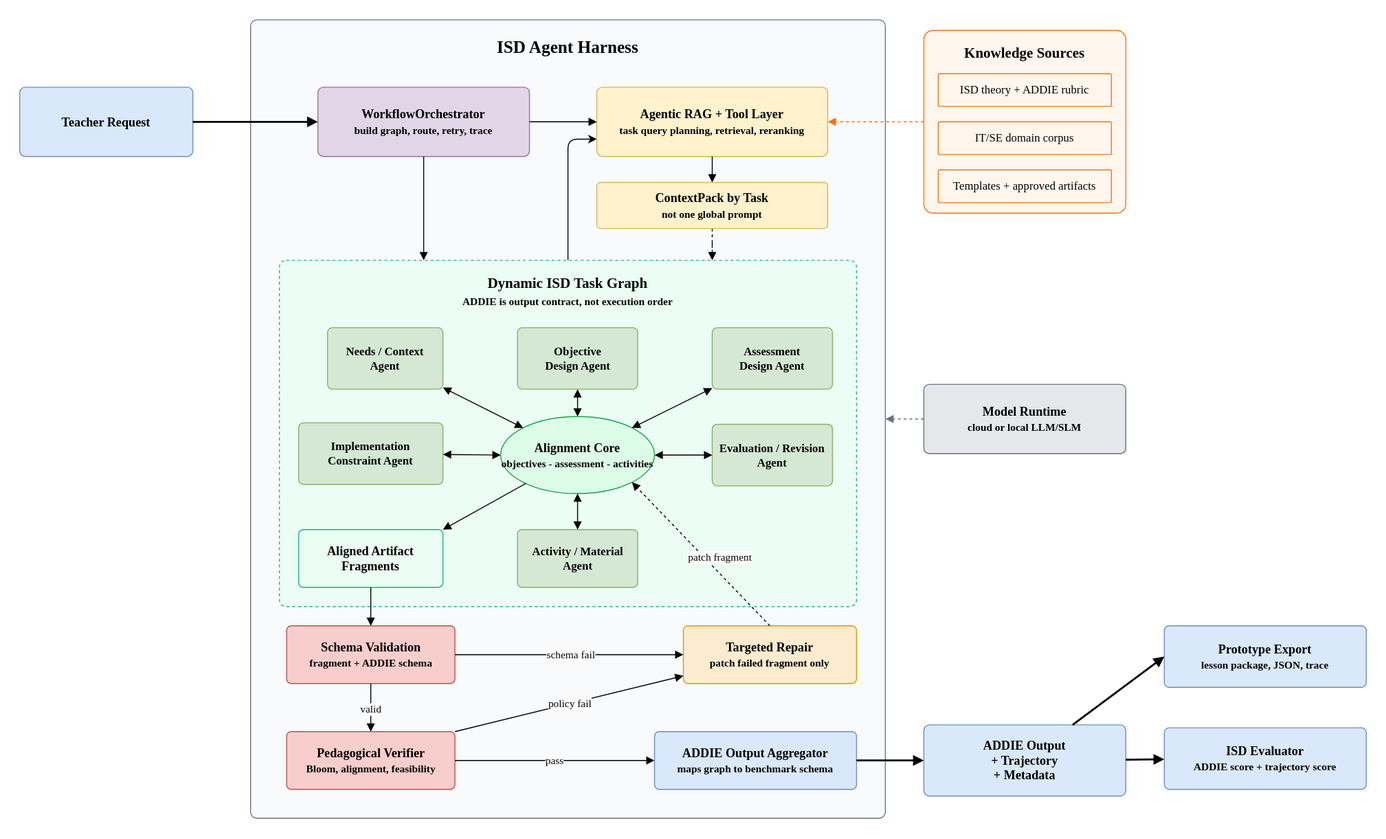
This is docs/assets/arch.svg from phuongbv00/alignmentgraph-isd, a draw.io export, as it was before one commit. Source tidied: cells renumbered, new cells last; positions are measured from the earlier drawing's top-left corner, leaving out a move shared by most shapes.
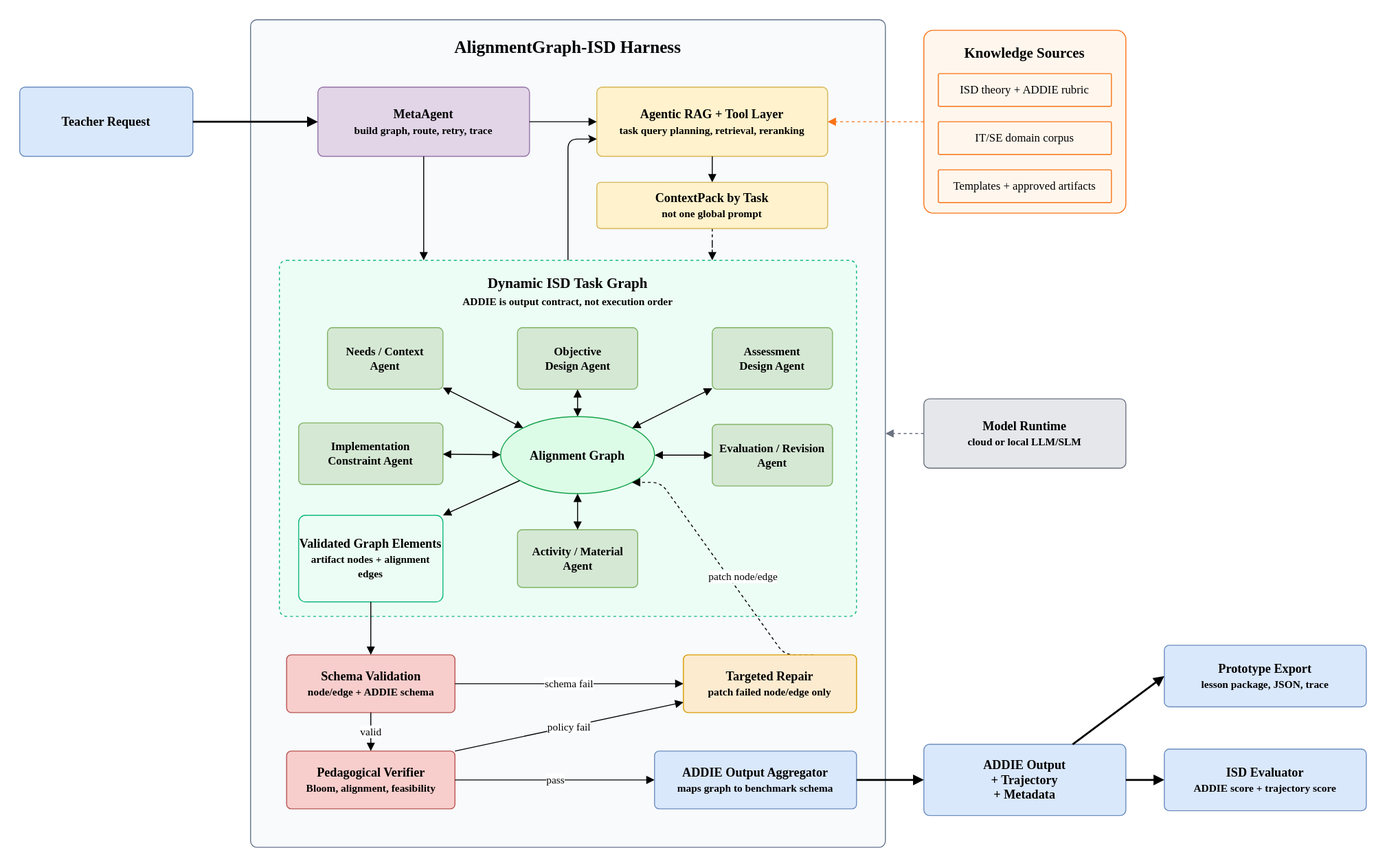
Above is the later version.

What changed in the source:
```diff
@@ -5,10 +5,10 @@
     <mxCell id="2" value="Teacher Request" style="rounded=1;whiteSpace=wrap;html=1;arcSize=8;fontSize=13;fontStyle=1;fontFamily=Comic Sans MS;fillColor=#dae8fc;strokeColor=#6c8ebf;" parent="1" vertex="1">
       <mxGeometry y="70" width="180" height="72" as="geometry" />
     </mxCell>
-    <mxCell id="3" value="ISD Agent Harness" style="rounded=1;whiteSpace=wrap;html=1;align=center;verticalAlign=top;spacingTop=12;fontSize=18;fontStyle=1;fontFamily=Comic Sans MS;fillColor=#f8fafc;strokeColor=#64748b;arcSize=1;" parent="1" vertex="1">
-      <mxGeometry x="240" width="660" height="830" as="geometry" />
+    <mxCell id="3" value="AlignmentGraph-ISD Harness" style="rounded=1;whiteSpace=wrap;html=1;align=center;verticalAlign=top;spacingTop=12;fontSize=18;fontStyle=1;fontFamily=Comic Sans MS;fillColor=#f8fafc;strokeColor=#64748b;arcSize=1;" parent="1" vertex="1">
+      <mxGeometry x="240" width="660" height="860" as="geometry" />
     </mxCell>
-    <mxCell id="4" value="WorkflowOrchestrator&lt;br&gt;&lt;font style=&quot;font-size: 11px;&quot;&gt;build graph, route, retry, trace&lt;/font&gt;" style="rounded=1;whiteSpace=wrap;html=1;fontSize=13;fontStyle=1;fontFamily=Comic Sans MS;fillColor=#e1d5e7;strokeColor=#9673a6;arcSize=8;" parent="1" vertex="1">
+    <mxCell id="4" value="MetaAgent&lt;br&gt;&lt;font style=&quot;font-size: 11px;&quot;&gt;build graph, route, retry, trace&lt;/font&gt;" style="rounded=1;whiteSpace=wrap;html=1;fontSize=13;fontStyle=1;fontFamily=Comic Sans MS;fillColor=#e1d5e7;strokeColor=#9673a6;arcSize=8;" parent="1" vertex="1">
       <mxGeometry x="310" y="70" width="220" height="72" as="geometry" />
     </mxCell>
     <mxCell id="5" value="Agentic RAG + Tool Layer&lt;br&gt;&lt;font style=&quot;font-size: 11px;&quot;&gt;task query planning, retrieval, reranking&lt;/font&gt;" style="rounded=1;whiteSpace=wrap;html=1;fontSize=13;fontStyle=1;fontFamily=Comic Sans MS;fillColor=#fff2cc;strokeColor=#d6b656;arcSize=8;" parent="1" vertex="1">
@@ -18,9 +18,9 @@
       <mxGeometry relative="1" as="geometry" />
     </mxCell>
     <mxCell id="7" value="Dynamic ISD Task Graph&lt;br&gt;&lt;font style=&quot;font-size: 11px;&quot;&gt;ADDIE is output contract, not execution order&lt;/font&gt;" style="rounded=1;whiteSpace=wrap;html=1;align=center;verticalAlign=top;spacingTop=8;fontSize=15;fontStyle=1;fontFamily=Comic Sans MS;fillColor=#ecfdf5;strokeColor=#10b981;dashed=1;arcSize=2;" parent="1" vertex="1">
-      <mxGeometry x="270" y="250" width="600" height="360" as="geometry" />
+      <mxGeometry x="270" y="250" width="600" height="370" as="geometry" />
     </mxCell>
-    <mxCell id="8" value="Alignment Core&lt;br&gt;&lt;font style=&quot;font-size: 11px;&quot;&gt;objectives - assessment - activities&lt;/font&gt;" style="ellipse;whiteSpace=wrap;html=1;fontSize=13;fontStyle=1;fontFamily=Comic Sans MS;fillColor=#dcfce7;strokeColor=#16a34a;" parent="1" vertex="1">
+    <mxCell id="8" value="Alignment Graph" style="ellipse;whiteSpace=wrap;html=1;fontSize=13;fontStyle=1;fontFamily=Comic Sans MS;fillColor=#dcfce7;strokeColor=#16a34a;" parent="1" vertex="1">
       <mxGeometry x="500" y="412.5" width="160" height="80" as="geometry" />
     </mxCell>
     <mxCell id="9" value="Needs / Context&lt;br&gt;Agent" style="rounded=1;whiteSpace=wrap;html=1;fontSize=12;fontStyle=1;fontFamily=Comic Sans MS;fillColor=#d5e8d4;strokeColor=#82b366;arcSize=8;" parent="1" vertex="1">
@@ -41,23 +41,20 @@
     <mxCell id="14" value="Evaluation / Revision&lt;br&gt;Agent" style="rounded=1;whiteSpace=wrap;html=1;fontSize=12;fontStyle=1;fontFamily=Comic Sans MS;fillColor=#d5e8d4;strokeColor=#82b366;arcSize=8;" parent="1" vertex="1">
       <mxGeometry x="720" y="420.5" width="125" height="64" as="geometry" />
     </mxCell>
-    <mxCell id="15" value="Aligned Artifact Fragments" style="rounded=1;whiteSpace=wrap;html=1;fontSize=13;fontStyle=1;fontFamily=Comic Sans MS;fillColor=#ecfdf5;strokeColor=#10b981;arcSize=8;" parent="1" vertex="1">
-      <mxGeometry x="290" y="530" width="150" height="60" as="geometry" />
+    <mxCell id="15" value="Validated Graph Elements&lt;br&gt;&lt;font style=&quot;font-size: 11px;&quot;&gt;artifact nodes + alignment edges&lt;/font&gt;" style="rounded=1;whiteSpace=wrap;html=1;fontSize=13;fontStyle=1;fontFamily=Comic Sans MS;fillColor=#ecfdf5;strokeColor=#10b981;arcSize=8;" parent="1" vertex="1">
+      <mxGeometry x="290" y="515" width="150" height="90" as="geometry" />
     </mxCell>
-    <mxCell id="16" value="Schema Validation&lt;br&gt;&lt;font style=&quot;font-size: 11px;&quot;&gt;fragment + ADDIE schema&lt;/font&gt;" style="rounded=1;whiteSpace=wrap;html=1;fontSize=13;fontStyle=1;fontFamily=Comic Sans MS;fillColor=#f8cecc;strokeColor=#b85450;arcSize=8;" parent="1" vertex="1">
-      <mxGeometry x="277.5" y="630" width="175" height="60" as="geometry" />
+    <mxCell id="16" value="Schema Validation&lt;br&gt;&lt;font style=&quot;font-size: 11px;&quot;&gt;node/edge + ADDIE schema&lt;/font&gt;" style="rounded=1;whiteSpace=wrap;html=1;fontSize=13;fontStyle=1;fontFamily=Comic Sans MS;fillColor=#f8cecc;strokeColor=#b85450;arcSize=8;" parent="1" vertex="1">
+      <mxGeometry x="277.5" y="660" width="175" height="60" as="geometry" />
     </mxCell>
     <mxCell id="17" value="Pedagogical Verifier&lt;br&gt;&lt;font style=&quot;font-size: 11px;&quot;&gt;Bloom, alignment, feasibility&lt;/font&gt;" style="rounded=1;whiteSpace=wrap;html=1;fontSize=13;fontStyle=1;fontFamily=Comic Sans MS;fillColor=#f8cecc;strokeColor=#b85450;arcSize=8;" parent="1" vertex="1">
-      <mxGeometry x="277.5" y="740" width="175" height="60" as="geometry" />
+      <mxGeometry x="277.5" y="760" width="175" height="60" as="geometry" />
     </mxCell>
-    <mxCell id="18" value="Targeted Repair&lt;br&gt;&lt;font style=&quot;font-size: 11px;&quot;&gt;patch failed fragment only&lt;/font&gt;" style="rounded=1;whiteSpace=wrap;html=1;fontSize=13;fontStyle=1;fontFamily=Comic Sans MS;fillColor=#fdebd0;strokeColor=#d79b00;arcSize=8;" parent="1" vertex="1">
-      <mxGeometry x="690" y="630" width="180" height="60" as="geometry" />
-    </mxCell>
     <mxCell id="19" value="ADDIE Output Aggregator&lt;br&gt;&lt;font style=&quot;font-size: 11px;&quot;&gt;maps graph to benchmark schema&lt;/font&gt;" style="rounded=1;whiteSpace=wrap;html=1;fontSize=13;fontStyle=1;fontFamily=Comic Sans MS;fillColor=#dae8fc;strokeColor=#6c8ebf;arcSize=8;" parent="1" vertex="1">
-      <mxGeometry x="660" y="740" width="210" height="60" as="geometry" />
+      <mxGeometry x="660" y="760" width="210" height="60" as="geometry" />
     </mxCell>
     <mxCell id="20" value="Model Runtime&lt;br&gt;&lt;font style=&quot;font-size: 11px;&quot;&gt;cloud or local LLM/SLM&lt;/font&gt;" style="rounded=1;whiteSpace=wrap;html=1;fontSize=13;fontStyle=1;fontFamily=Comic Sans MS;fillColor=#e5e7eb;strokeColor=#6b7280;arcSize=8;" parent="1" vertex="1">
-      <mxGeometry x="940" y="379" width="210" height="72" as="geometry" />
+      <mxGeometry x="940" y="394" width="210" height="72" as="geometry" />
     </mxCell>
     <mxCell id="21" value="Knowledge Sources" style="rounded=1;whiteSpace=wrap;html=1;align=center;verticalAlign=top;spacingTop=8;fontSize=15;fontStyle=1;fontFamily=Comic Sans MS;fillColor=#fff7ed;strokeColor=#f97316;arcSize=5;" parent="1" vertex="1">
       <mxGeometry x="940" y="11" width="210" height="190" as="geometry" />
@@ -72,13 +69,13 @@
       <mxGeometry x="955" y="156" width="180" height="34" as="geometry" />
     </mxCell>
     <mxCell id="25" value="ADDIE Output&lt;br&gt;+ Trajectory&lt;br&gt;+ Metadata" style="rounded=1;whiteSpace=wrap;html=1;fontSize=13;fontStyle=1;fontFamily=Comic Sans MS;fillColor=#dae8fc;strokeColor=#6c8ebf;arcSize=8;" parent="1" vertex="1">
-      <mxGeometry x="940" y="733" width="210" height="74" as="geometry" />
+      <mxGeometry x="940" y="753" width="210" height="74" as="geometry" />
     </mxCell>
     <mxCell id="26" value="ISD Evaluator&lt;br&gt;&lt;font style=&quot;font-size: 11px;&quot;&gt;ADDIE score + trajectory score&lt;/font&gt;" style="rounded=1;whiteSpace=wrap;html=1;fontSize=13;fontStyle=1;fontFamily=Comic Sans MS;fillColor=#dae8fc;strokeColor=#6c8ebf;arcSize=8;" parent="1" vertex="1">
-      <mxGeometry x="1190" y="736" width="210" height="64" as="geometry" />
+      <mxGeometry x="1190" y="758" width="210" height="64" as="geometry" />
     </mxCell>
     <mxCell id="27" value="Prototype Export&lt;br&gt;&lt;font style=&quot;font-size: 11px;&quot;&gt;lesson package, JSON, trace&lt;/font&gt;" style="rounded=1;whiteSpace=wrap;html=1;fontSize=13;fontStyle=1;fontFamily=Comic Sans MS;fillColor=#dae8fc;strokeColor=#6c8ebf;arcSize=8;" parent="1" vertex="1">
-      <mxGeometry x="1190" y="630" width="210" height="64" as="geometry" />
+      <mxGeometry x="1190" y="650" width="210" height="64" as="geometry" />
     </mxCell>
     <mxCell id="28" style="edgeStyle=orthogonalEdgeStyle;rounded=0;jettySize=auto;html=1;strokeWidth=2;endArrow=block;endFill=1;fontFamily=Comic Sans MS;" parent="1" edge="1" source="2" target="4">
       <mxGeometry relative="1" as="geometry" />
@@ -131,7 +128,7 @@
     <mxCell id="44" value="policy fail" style="rounded=0;jettySize=auto;html=1;endArrow=block;endFill=1;fontSize=11;exitX=1;exitY=0;exitDx=0;exitDy=0;fontFamily=Comic Sans MS;" parent="1" edge="1" source="17" target="18">
       <mxGeometry relative="1" as="geometry" />
     </mxCell>
-    <mxCell id="45" value="patch fragment" style="rounded=0;jettySize=auto;html=1;dashed=1;endArrow=block;endFill=1;fontSize=11;exitX=0.5;exitY=0;exitDx=0;exitDy=0;fontFamily=Comic Sans MS;entryX=1;entryY=1;entryDx=0;entryDy=0;" parent="1" edge="1" source="18" target="8">
+    <mxCell id="45" value="patch node/edge" style="rounded=1;jettySize=auto;html=1;dashed=1;endArrow=block;endFill=1;fontSize=11;exitX=0.75;exitY=0;exitDx=0;exitDy=0;fontFamily=Comic Sans MS;entryX=1;entryY=1;entryDx=0;entryDy=0;edgeStyle=entityRelationEdgeStyle;elbow=vertical;" parent="1" edge="1" source="18" target="8">
       <mxGeometry x="-0.15" y="-13" relative="1" as="geometry">
         <mxPoint x="-1" as="offset" />
       </mxGeometry>
@@ -154,5 +151,8 @@
     <mxCell id="51" value="ContextPack by Task&lt;br&gt;&lt;font style=&quot;font-size: 11px;&quot;&gt;not one global prompt&lt;/font&gt;" style="rounded=1;whiteSpace=wrap;html=1;fontSize=13;fontStyle=1;fontFamily=Comic Sans MS;fillColor=#fff2cc;strokeColor=#d6b656;arcSize=8;" parent="1" vertex="1">
       <mxGeometry x="600" y="169" width="240" height="48" as="geometry" />
     </mxCell>
+    <mxCell id="18" value="Targeted Repair&lt;br&gt;&lt;font style=&quot;font-size: 11px;&quot;&gt;patch failed node/edge only&lt;/font&gt;" style="rounded=1;whiteSpace=wrap;html=1;fontSize=13;fontStyle=1;fontFamily=Comic Sans MS;fillColor=#fdebd0;strokeColor=#d79b00;arcSize=8;" parent="1" vertex="1">
+      <mxGeometry x="690" y="660" width="180" height="60" as="geometry" />
+    </mxCell>
   </root>
 </mxGraphModel>
```
